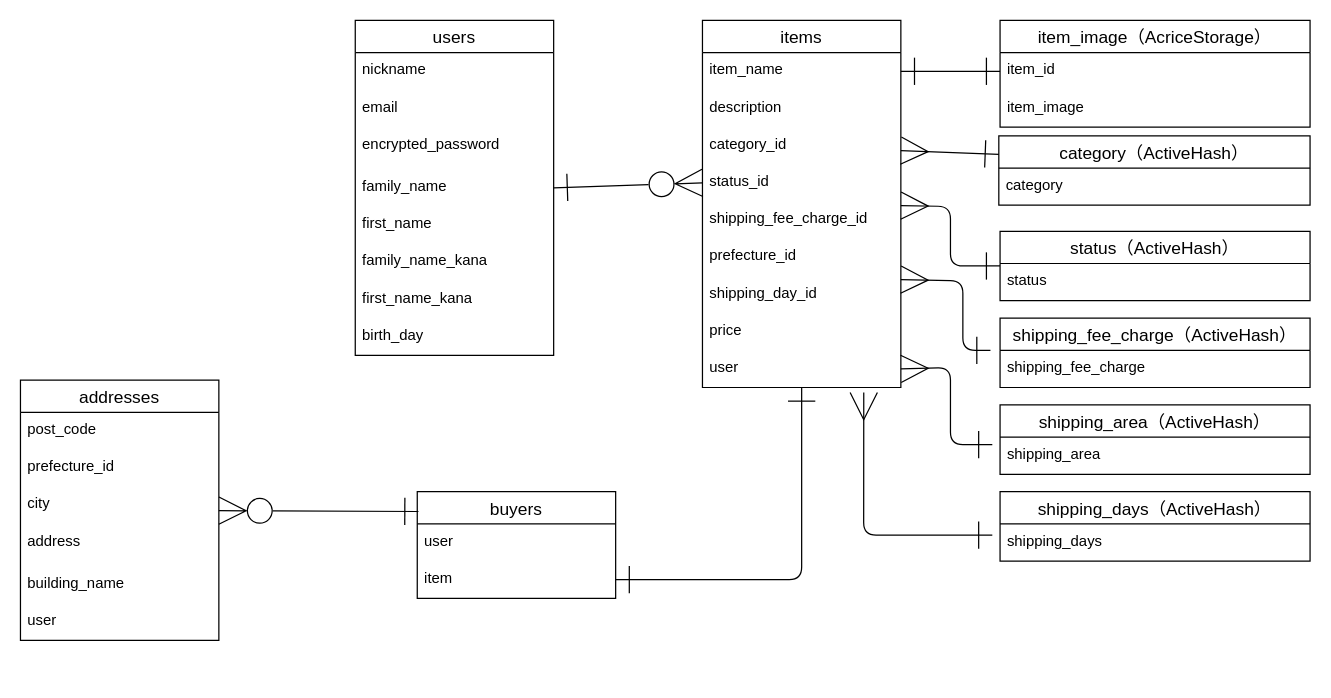
This is ER.dio from tom2828/furima-37153, a draw.io file, before an edit. Source tidied: cells renumbered, new cells numbered last; positions are measured from the earlier drawing's top-left corner, leaving out a move shared by most shapes. Both pictures are drawn from the tidied source at 124%, with x=0, y=0 at pixel (20, 20).
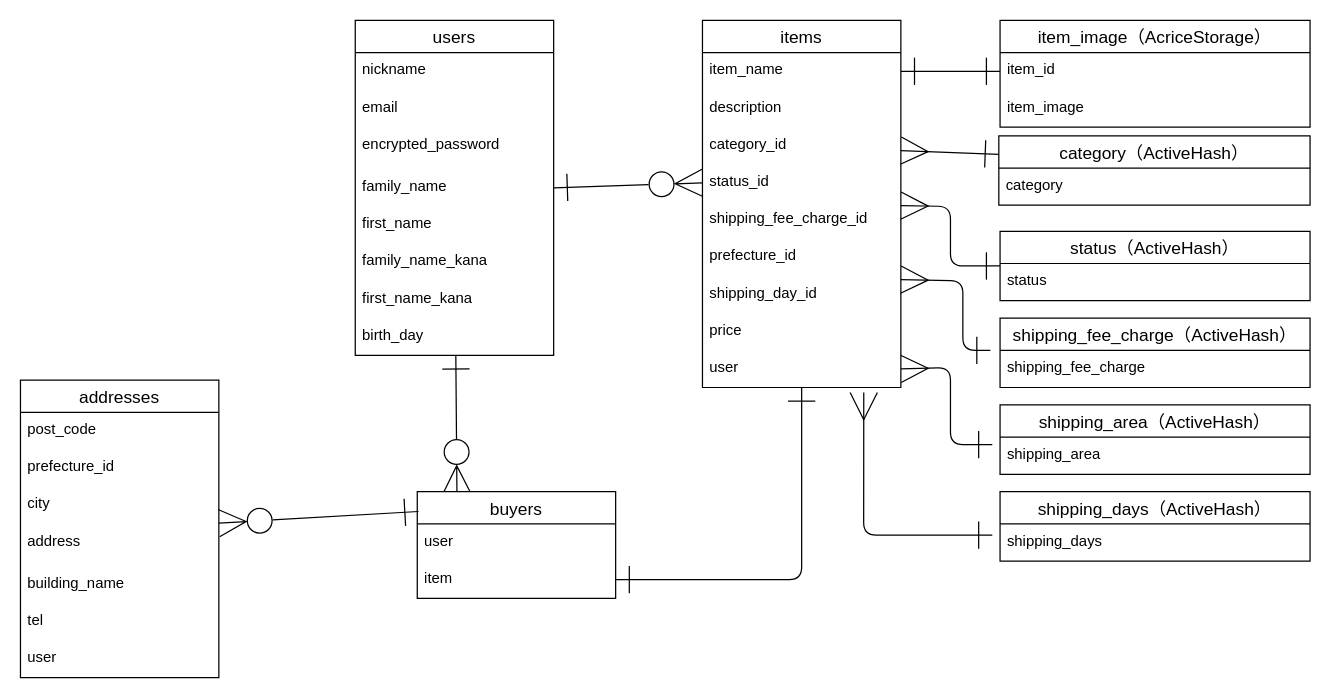
The same diagram, later.

Unchanged cells that the change refers to:
```xml
<mxCell id="3" value="users" style="swimlane;fontStyle=0;horizontal=1;startSize=26;align=center;fontSize=14;" parent="1" vertex="1">
  <mxGeometry x="270" width="160" height="270" as="geometry" />
</mxCell>
<mxCell id="28" value="buyers" style="swimlane;fontStyle=0;horizontal=1;startSize=26;align=center;fontSize=14;" parent="1" vertex="1">
  <mxGeometry x="320" y="380" width="160" height="86" as="geometry" />
</mxCell>
```

Diff of the diagram source:
```diff
@@
+    <mxCell id="53" style="edgeStyle=none;rounded=1;jumpSize=6;html=1;startArrow=ERone;startFill=0;endArrow=ERzeroToMany;endFill=0;startSize=20;endSize=20;strokeColor=default;entryX=0.2;entryY=0.012;entryDx=0;entryDy=0;entryPerimeter=0;" parent="1" edge="1" source="3" target="28">
+      <mxGeometry relative="1" as="geometry" />
+    </mxCell>
@@
     <mxCell id="35" value="addresses" style="swimlane;fontStyle=0;horizontal=1;startSize=26;align=center;fontSize=14;" parent="1" vertex="1">
-      <mxGeometry y="290" width="160" height="210" as="geometry" />
+      <mxGeometry y="290" width="160" height="240" as="geometry" />
     </mxCell>
@@
-    <mxCell id="41" value="user" style="text;strokeColor=none;fillColor=none;spacingLeft=4;spacingRight=4;overflow=hidden;fontSize=12;" parent="35" vertex="1">
+    <mxCell id="41" value="tel" style="text;strokeColor=none;fillColor=none;spacingLeft=4;spacingRight=4;overflow=hidden;fontSize=12;" parent="35" vertex="1">
       <mxGeometry y="180" width="160" height="30" as="geometry" />
     </mxCell>
+    <mxCell id="54" value="user" style="text;strokeColor=none;fillColor=none;spacingLeft=4;spacingRight=4;overflow=hidden;fontSize=12;" parent="35" vertex="1">
+      <mxGeometry y="210" width="160" height="30" as="geometry" />
+    </mxCell>
```
